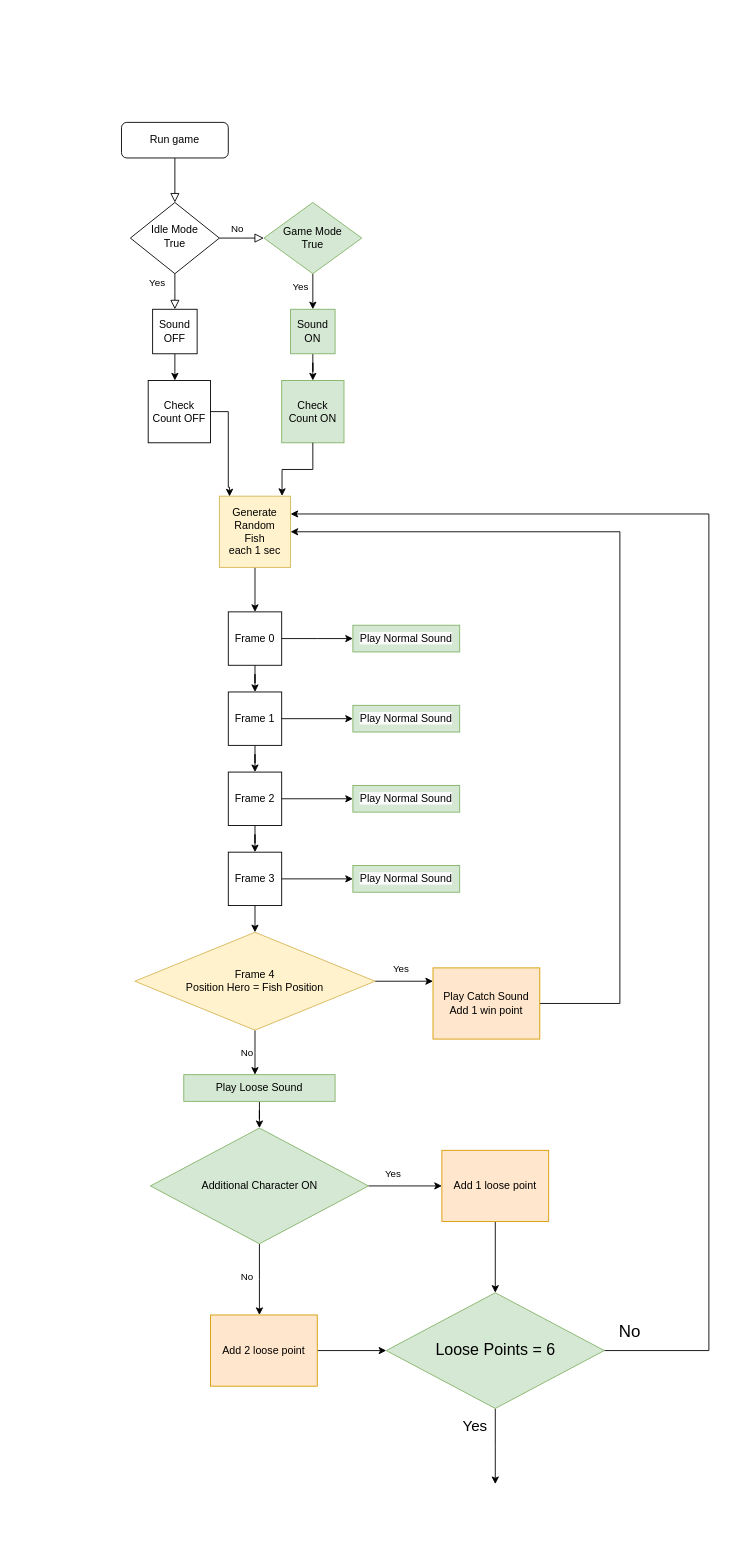
This is src/Диаграмма без названия.drawio from Ivanou-Dzmitry/gw2023_01, a draw.io file, before an edit. Source tidied: cells renumbered, new cells numbered last; positions are measured from the earlier drawing's top-left corner, leaving out a move shared by most shapes. Both pictures are drawn from the tidied source at 89%, with x=0, y=0 at pixel (121, 122).
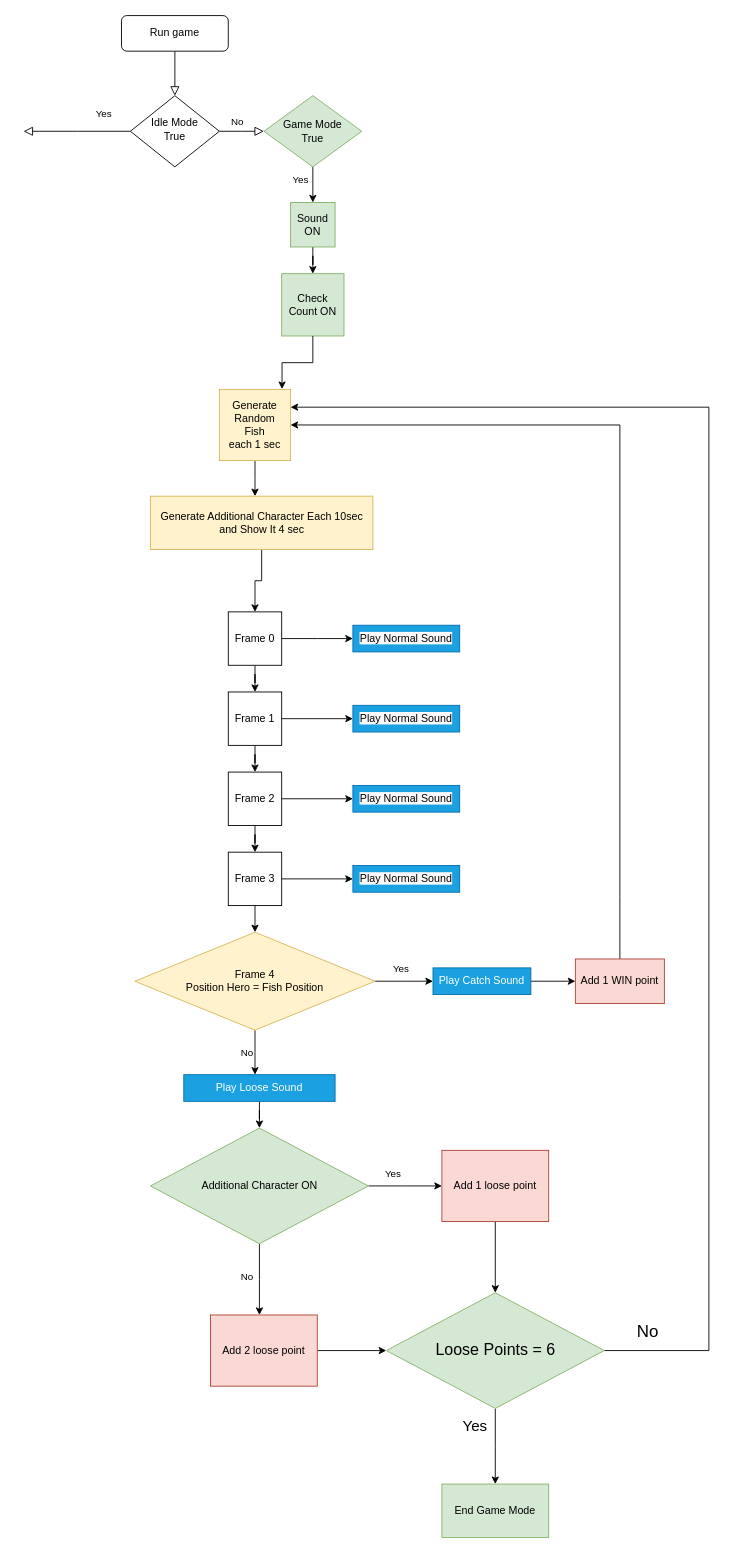
The same page after the edit.

Unchanged cells that the change refers to:
```xml
<mxCell id="22" value="Frame 0" style="whiteSpace=wrap;html=1;" parent="1" vertex="1">
  <mxGeometry x="120" y="550" width="60" height="60" as="geometry" />
</mxCell>
<mxCell id="58" value="Loose Points = 6" style="rhombus;whiteSpace=wrap;html=1;fillColor=#d5e8d4;strokeColor=#82b366;fontSize=18;" parent="1" vertex="1">
  <mxGeometry x="297.5" y="1315" width="245" height="130" as="geometry" />
</mxCell>
```

Diff of the diagram source:
```diff
@@
     <mxCell id="3" value="Run game" style="rounded=1;whiteSpace=wrap;html=1;fontSize=12;glass=0;strokeWidth=1;shadow=0;" parent="1" vertex="1">
-      <mxGeometry width="120" height="40" as="geometry" />
+      <mxGeometry y="-120" width="120" height="40" as="geometry" />
     </mxCell>
-    <mxCell id="4" value="Yes" style="rounded=0;html=1;jettySize=auto;fontSize=11;endArrow=block;endFill=0;endSize=8;strokeWidth=1;shadow=0;labelBackgroundColor=none;edgeStyle=orthogonalEdgeStyle;" parent="1" edge="1" source="6">
+    <mxCell id="4" value="Yes" style="rounded=0;html=1;jettySize=auto;fontSize=11;endArrow=block;endFill=0;endSize=8;strokeWidth=1;shadow=0;labelBackgroundColor=none;edgeStyle=orthogonalEdgeStyle;exitX=0;exitY=0.5;exitDx=0;exitDy=0;" parent="1" edge="1" source="6">
       <mxGeometry x="-0.51" y="-20" relative="1" as="geometry">
-        <mxPoint x="60" y="210" as="targetPoint" />
+        <mxPoint x="-110" y="10" as="targetPoint" />
       </mxGeometry>
     </mxCell>
     <mxCell id="5" value="No" style="edgeStyle=orthogonalEdgeStyle;rounded=0;html=1;jettySize=auto;fontSize=11;endArrow=block;endFill=0;endSize=8;strokeWidth=1;shadow=0;labelBackgroundColor=none;" parent="1" edge="1" source="6">
       <mxGeometry x="-0.21" y="10" relative="1" as="geometry">
-        <mxPoint x="160" y="130" as="targetPoint" />
+        <mxPoint x="160" y="10" as="targetPoint" />
       </mxGeometry>
     </mxCell>
     <mxCell id="6" value="Idle Mode&lt;br&gt;True" style="rhombus;whiteSpace=wrap;html=1;shadow=0;fontFamily=Helvetica;fontSize=12;align=center;strokeWidth=1;spacing=6;spacingTop=-4;" parent="1" vertex="1">
-      <mxGeometry x="10" y="90" width="100" height="80" as="geometry" />
+      <mxGeometry x="10" y="-30" width="100" height="80" as="geometry" />
     </mxCell>
@@
     <mxCell id="9" value="Game Mode&lt;br&gt;True" style="rhombus;whiteSpace=wrap;html=1;fillColor=#d5e8d4;strokeColor=#82b366;" parent="1" vertex="1">
-      <mxGeometry x="160" y="90" width="110" height="80" as="geometry" />
+      <mxGeometry x="160" y="-30" width="110" height="80" as="geometry" />
     </mxCell>
-    <mxCell id="10" style="edgeStyle=orthogonalEdgeStyle;rounded=0;jettySize=auto;html=1;entryX=0.5;entryY=0;entryDx=0;entryDy=0;" parent="1" edge="1" source="11" target="22">
-      <mxGeometry relative="1" as="geometry" />
+    <mxCell id="10" style="edgeStyle=orthogonalEdgeStyle;rounded=0;jettySize=auto;html=1;entryX=0.5;entryY=0;entryDx=0;entryDy=0;" parent="1" edge="1" source="11">
+      <mxGeometry relative="1" as="geometry">
+        <mxPoint x="150" y="420" as="targetPoint" />
+      </mxGeometry>
     </mxCell>
     <mxCell id="11" value="Generate&lt;br&gt;Random&lt;br&gt;Fish&lt;br&gt;each 1 sec" style="whiteSpace=wrap;html=1;fillColor=#fff2cc;strokeColor=#d6b656;" parent="1" vertex="1">
-      <mxGeometry x="110" y="420" width="80" height="80" as="geometry" />
+      <mxGeometry x="110" y="300" width="80" height="80" as="geometry" />
     </mxCell>
-    <mxCell id="12" style="edgeStyle=orthogonalEdgeStyle;rounded=0;jettySize=auto;html=1;" parent="1" edge="1" source="13">
-      <mxGeometry relative="1" as="geometry">
-        <mxPoint x="60" y="290" as="targetPoint" />
-      </mxGeometry>
-    </mxCell>
-    <mxCell id="13" value="Sound&lt;br&gt;OFF" style="whiteSpace=wrap;html=1;" parent="1" vertex="1">
-      <mxGeometry x="35" y="210" width="50" height="50" as="geometry" />
-    </mxCell>
@@
     <mxCell id="15" value="Sound&lt;br&gt;ON" style="whiteSpace=wrap;html=1;fillColor=#d5e8d4;strokeColor=#82b366;" parent="1" vertex="1">
-      <mxGeometry x="190" y="210" width="50" height="50" as="geometry" />
+      <mxGeometry x="190" y="90" width="50" height="50" as="geometry" />
     </mxCell>
-    <mxCell id="16" value="Check&lt;br&gt;Count OFF" style="whiteSpace=wrap;html=1;" parent="1" vertex="1">
-      <mxGeometry x="30" y="290" width="70" height="70" as="geometry" />
-    </mxCell>
     <mxCell id="17" value="Check&lt;br&gt;Count ON" style="whiteSpace=wrap;html=1;fillColor=#d5e8d4;strokeColor=#82b366;" parent="1" vertex="1">
-      <mxGeometry x="180" y="290" width="70" height="70" as="geometry" />
+      <mxGeometry x="180" y="170" width="70" height="70" as="geometry" />
     </mxCell>
-    <mxCell id="18" style="edgeStyle=orthogonalEdgeStyle;rounded=0;jettySize=auto;html=1;entryX=0.143;entryY=0.003;entryDx=0;entryDy=0;entryPerimeter=0;" parent="1" edge="1" source="16" target="11">
-      <mxGeometry relative="1" as="geometry">
-        <Array as="points">
-          <mxPoint x="120" y="325" />
-          <mxPoint x="120" y="410" />
-          <mxPoint x="121" y="410" />
-        </Array>
-      </mxGeometry>
-    </mxCell>
@@
-    <mxCell id="34" value="&lt;span style=&quot;color: rgb(0, 0, 0); font-family: Helvetica; font-size: 12px; font-style: normal; font-variant-ligatures: normal; font-variant-caps: normal; font-weight: 400; letter-spacing: normal; orphans: 2; text-align: center; text-indent: 0px; text-transform: none; widows: 2; word-spacing: 0px; -webkit-text-stroke-width: 0px; background-color: rgb(251, 251, 251); text-decoration-thickness: initial; text-decoration-style: initial; text-decoration-color: initial; float: none; display: inline !important;&quot;&gt;Play Normal&amp;nbsp;&lt;/span&gt;&lt;span style=&quot;color: rgb(0, 0, 0); font-family: Helvetica; font-size: 12px; font-style: normal; font-variant-ligatures: normal; font-variant-caps: normal; font-weight: 400; letter-spacing: normal; orphans: 2; text-align: center; text-indent: 0px; text-transform: none; widows: 2; word-spacing: 0px; -webkit-text-stroke-width: 0px; background-color: rgb(251, 251, 251); text-decoration-thickness: initial; text-decoration-style: initial; text-decoration-color: initial; float: none; display: inline !important;&quot;&gt;Sound&lt;/span&gt;" style="rounded=0;whiteSpace=wrap;html=1;fillColor=#d5e8d4;strokeColor=#82b366;" parent="1" vertex="1">
+    <mxCell id="34" value="&lt;span style=&quot;color: rgb(0, 0, 0); font-family: Helvetica; font-size: 12px; font-style: normal; font-variant-ligatures: normal; font-variant-caps: normal; font-weight: 400; letter-spacing: normal; orphans: 2; text-align: center; text-indent: 0px; text-transform: none; widows: 2; word-spacing: 0px; -webkit-text-stroke-width: 0px; background-color: rgb(251, 251, 251); text-decoration-thickness: initial; text-decoration-style: initial; text-decoration-color: initial; float: none; display: inline !important;&quot;&gt;Play Normal&amp;nbsp;&lt;/span&gt;&lt;span style=&quot;color: rgb(0, 0, 0); font-family: Helvetica; font-size: 12px; font-style: normal; font-variant-ligatures: normal; font-variant-caps: normal; font-weight: 400; letter-spacing: normal; orphans: 2; text-align: center; text-indent: 0px; text-transform: none; widows: 2; word-spacing: 0px; -webkit-text-stroke-width: 0px; background-color: rgb(251, 251, 251); text-decoration-thickness: initial; text-decoration-style: initial; text-decoration-color: initial; float: none; display: inline !important;&quot;&gt;Sound&lt;/span&gt;" style="rounded=0;whiteSpace=wrap;html=1;fillColor=#1ba1e2;strokeColor=#006EAF;fontColor=#ffffff;" parent="1" vertex="1">
       <mxGeometry x="260" y="565" width="120" height="30" as="geometry" />
     </mxCell>
@@
-    <mxCell id="36" value="&lt;span style=&quot;color: rgb(0, 0, 0); font-family: Helvetica; font-size: 12px; font-style: normal; font-variant-ligatures: normal; font-variant-caps: normal; font-weight: 400; letter-spacing: normal; orphans: 2; text-align: center; text-indent: 0px; text-transform: none; widows: 2; word-spacing: 0px; -webkit-text-stroke-width: 0px; background-color: rgb(251, 251, 251); text-decoration-thickness: initial; text-decoration-style: initial; text-decoration-color: initial; float: none; display: inline !important;&quot;&gt;Play Normal&amp;nbsp;&lt;/span&gt;&lt;span style=&quot;color: rgb(0, 0, 0); font-family: Helvetica; font-size: 12px; font-style: normal; font-variant-ligatures: normal; font-variant-caps: normal; font-weight: 400; letter-spacing: normal; orphans: 2; text-align: center; text-indent: 0px; text-transform: none; widows: 2; word-spacing: 0px; -webkit-text-stroke-width: 0px; background-color: rgb(251, 251, 251); text-decoration-thickness: initial; text-decoration-style: initial; text-decoration-color: initial; float: none; display: inline !important;&quot;&gt;Sound&lt;/span&gt;" style="rounded=0;whiteSpace=wrap;html=1;fillColor=#D5E8D4;strokeColor=#82b366;" parent="1" vertex="1">
+    <mxCell id="36" value="&lt;span style=&quot;color: rgb(0, 0, 0); font-family: Helvetica; font-size: 12px; font-style: normal; font-variant-ligatures: normal; font-variant-caps: normal; font-weight: 400; letter-spacing: normal; orphans: 2; text-align: center; text-indent: 0px; text-transform: none; widows: 2; word-spacing: 0px; -webkit-text-stroke-width: 0px; background-color: rgb(251, 251, 251); text-decoration-thickness: initial; text-decoration-style: initial; text-decoration-color: initial; float: none; display: inline !important;&quot;&gt;Play Normal&amp;nbsp;&lt;/span&gt;&lt;span style=&quot;color: rgb(0, 0, 0); font-family: Helvetica; font-size: 12px; font-style: normal; font-variant-ligatures: normal; font-variant-caps: normal; font-weight: 400; letter-spacing: normal; orphans: 2; text-align: center; text-indent: 0px; text-transform: none; widows: 2; word-spacing: 0px; -webkit-text-stroke-width: 0px; background-color: rgb(251, 251, 251); text-decoration-thickness: initial; text-decoration-style: initial; text-decoration-color: initial; float: none; display: inline !important;&quot;&gt;Sound&lt;/span&gt;" style="rounded=0;whiteSpace=wrap;html=1;fillColor=#1ba1e2;strokeColor=#006EAF;fontColor=#ffffff;" parent="1" vertex="1">
       <mxGeometry x="260" y="655" width="120" height="30" as="geometry" />
     </mxCell>
@@
-    <mxCell id="38" value="&lt;span style=&quot;color: rgb(0, 0, 0); font-family: Helvetica; font-size: 12px; font-style: normal; font-variant-ligatures: normal; font-variant-caps: normal; font-weight: 400; letter-spacing: normal; orphans: 2; text-align: center; text-indent: 0px; text-transform: none; widows: 2; word-spacing: 0px; -webkit-text-stroke-width: 0px; background-color: rgb(251, 251, 251); text-decoration-thickness: initial; text-decoration-style: initial; text-decoration-color: initial; float: none; display: inline !important;&quot;&gt;Play Normal&amp;nbsp;&lt;/span&gt;&lt;span style=&quot;color: rgb(0, 0, 0); font-family: Helvetica; font-size: 12px; font-style: normal; font-variant-ligatures: normal; font-variant-caps: normal; font-weight: 400; letter-spacing: normal; orphans: 2; text-align: center; text-indent: 0px; text-transform: none; widows: 2; word-spacing: 0px; -webkit-text-stroke-width: 0px; background-color: rgb(251, 251, 251); text-decoration-thickness: initial; text-decoration-style: initial; text-decoration-color: initial; float: none; display: inline !important;&quot;&gt;Sound&lt;/span&gt;" style="rounded=0;whiteSpace=wrap;html=1;fillColor=#d5e8d4;strokeColor=#82b366;" parent="1" vertex="1">
+    <mxCell id="38" value="&lt;span style=&quot;color: rgb(0, 0, 0); font-family: Helvetica; font-size: 12px; font-style: normal; font-variant-ligatures: normal; font-variant-caps: normal; font-weight: 400; letter-spacing: normal; orphans: 2; text-align: center; text-indent: 0px; text-transform: none; widows: 2; word-spacing: 0px; -webkit-text-stroke-width: 0px; background-color: rgb(251, 251, 251); text-decoration-thickness: initial; text-decoration-style: initial; text-decoration-color: initial; float: none; display: inline !important;&quot;&gt;Play Normal&amp;nbsp;&lt;/span&gt;&lt;span style=&quot;color: rgb(0, 0, 0); font-family: Helvetica; font-size: 12px; font-style: normal; font-variant-ligatures: normal; font-variant-caps: normal; font-weight: 400; letter-spacing: normal; orphans: 2; text-align: center; text-indent: 0px; text-transform: none; widows: 2; word-spacing: 0px; -webkit-text-stroke-width: 0px; background-color: rgb(251, 251, 251); text-decoration-thickness: initial; text-decoration-style: initial; text-decoration-color: initial; float: none; display: inline !important;&quot;&gt;Sound&lt;/span&gt;" style="rounded=0;whiteSpace=wrap;html=1;fillColor=#1ba1e2;strokeColor=#006EAF;fontColor=#ffffff;" parent="1" vertex="1">
       <mxGeometry x="260" y="745" width="120" height="30" as="geometry" />
     </mxCell>
@@
-    <mxCell id="40" value="&lt;span style=&quot;color: rgb(0, 0, 0); font-family: Helvetica; font-size: 12px; font-style: normal; font-variant-ligatures: normal; font-variant-caps: normal; font-weight: 400; letter-spacing: normal; orphans: 2; text-align: center; text-indent: 0px; text-transform: none; widows: 2; word-spacing: 0px; -webkit-text-stroke-width: 0px; background-color: rgb(251, 251, 251); text-decoration-thickness: initial; text-decoration-style: initial; text-decoration-color: initial; float: none; display: inline !important;&quot;&gt;Play Normal&amp;nbsp;&lt;/span&gt;&lt;span style=&quot;color: rgb(0, 0, 0); font-family: Helvetica; font-size: 12px; font-style: normal; font-variant-ligatures: normal; font-variant-caps: normal; font-weight: 400; letter-spacing: normal; orphans: 2; text-align: center; text-indent: 0px; text-transform: none; widows: 2; word-spacing: 0px; -webkit-text-stroke-width: 0px; background-color: rgb(251, 251, 251); text-decoration-thickness: initial; text-decoration-style: initial; text-decoration-color: initial; float: none; display: inline !important;&quot;&gt;Sound&lt;/span&gt;" style="rounded=0;whiteSpace=wrap;html=1;fillColor=#d5e8d4;strokeColor=#82b366;" parent="1" vertex="1">
+    <mxCell id="40" value="&lt;span style=&quot;color: rgb(0, 0, 0); font-family: Helvetica; font-size: 12px; font-style: normal; font-variant-ligatures: normal; font-variant-caps: normal; font-weight: 400; letter-spacing: normal; orphans: 2; text-align: center; text-indent: 0px; text-transform: none; widows: 2; word-spacing: 0px; -webkit-text-stroke-width: 0px; background-color: rgb(251, 251, 251); text-decoration-thickness: initial; text-decoration-style: initial; text-decoration-color: initial; float: none; display: inline !important;&quot;&gt;Play Normal&amp;nbsp;&lt;/span&gt;&lt;span style=&quot;color: rgb(0, 0, 0); font-family: Helvetica; font-size: 12px; font-style: normal; font-variant-ligatures: normal; font-variant-caps: normal; font-weight: 400; letter-spacing: normal; orphans: 2; text-align: center; text-indent: 0px; text-transform: none; widows: 2; word-spacing: 0px; -webkit-text-stroke-width: 0px; background-color: rgb(251, 251, 251); text-decoration-thickness: initial; text-decoration-style: initial; text-decoration-color: initial; float: none; display: inline !important;&quot;&gt;Sound&lt;/span&gt;" style="rounded=0;whiteSpace=wrap;html=1;fillColor=#1ba1e2;strokeColor=#006EAF;fontColor=#ffffff;" parent="1" vertex="1">
       <mxGeometry x="260" y="835" width="120" height="30" as="geometry" />
     </mxCell>
     <mxCell id="41" style="edgeStyle=orthogonalEdgeStyle;rounded=0;jettySize=auto;html=1;entryX=1;entryY=0.5;entryDx=0;entryDy=0;" parent="1" edge="1" source="42" target="11">
       <mxGeometry relative="1" as="geometry">
         <Array as="points">
-          <mxPoint x="560" y="990" />
-          <mxPoint x="560" y="460" />
+          <mxPoint x="560" y="870" />
+          <mxPoint x="560" y="340" />
         </Array>
       </mxGeometry>
     </mxCell>
-    <mxCell id="42" value="Play Catch Sound&lt;br&gt;Add 1 win point" style="rounded=0;whiteSpace=wrap;html=1;fillColor=#ffe6cc;strokeColor=#d79b00;" parent="1" vertex="1">
-      <mxGeometry x="350" y="950" width="120" height="80" as="geometry" />
+    <mxCell id="42" value="Add 1 WIN point" style="rounded=0;whiteSpace=wrap;html=1;fillColor=#fad9d5;strokeColor=#ae4132;" parent="1" vertex="1">
+      <mxGeometry x="510" y="940" width="100" height="50" as="geometry" />
     </mxCell>
@@
-    <mxCell id="44" value="Play Loose Sound" style="rounded=0;whiteSpace=wrap;html=1;fillColor=#d5e8d4;strokeColor=#82b366;" parent="1" vertex="1">
+    <mxCell id="44" value="Play Loose Sound" style="rounded=0;whiteSpace=wrap;html=1;fillColor=#1ba1e2;strokeColor=#006EAF;fontColor=#ffffff;" parent="1" vertex="1">
       <mxGeometry x="70" y="1070" width="170" height="30" as="geometry" />
     </mxCell>
@@
-    <mxCell id="51" value="Add 1 loose point" style="rounded=0;whiteSpace=wrap;html=1;fillColor=#ffe6cc;strokeColor=#d79b00;" parent="1" vertex="1">
+    <mxCell id="51" value="Add 1 loose point" style="rounded=0;whiteSpace=wrap;html=1;fillColor=#fad9d5;strokeColor=#ae4132;" parent="1" vertex="1">
       <mxGeometry x="360" y="1155" width="120" height="80" as="geometry" />
     </mxCell>
@@
-    <mxCell id="53" value="Add 2 loose point" style="rounded=0;whiteSpace=wrap;html=1;fillColor=#ffe6cc;strokeColor=#d79b00;" parent="1" vertex="1">
+    <mxCell id="53" value="Add 2 loose point" style="rounded=0;whiteSpace=wrap;html=1;fillColor=#fad9d5;strokeColor=#ae4132;" parent="1" vertex="1">
       <mxGeometry x="100" y="1340" width="120" height="80" as="geometry" />
     </mxCell>
-    <mxCell id="54" style="edgeStyle=orthogonalEdgeStyle;rounded=0;jettySize=auto;html=1;entryX=1;entryY=0.25;entryDx=0;entryDy=0;" parent="1" edge="1" source="58" target="11">
+    <mxCell id="54" style="edgeStyle=orthogonalEdgeStyle;rounded=0;jettySize=auto;html=1;entryX=1;entryY=0.25;entryDx=0;entryDy=0;exitX=1;exitY=0.5;exitDx=0;exitDy=0;" parent="1" edge="1" source="58" target="11">
       <mxGeometry relative="1" as="geometry">
         <Array as="points">
           <mxPoint x="660" y="1380" />
-          <mxPoint x="660" y="440" />
+          <mxPoint x="660" y="320" />
         </Array>
       </mxGeometry>
     </mxCell>
     <mxCell id="55" value="No" style="edgeLabel;html=1;align=center;verticalAlign=middle;fontSize=19;" parent="54" vertex="1">
       <mxGeometry x="0.01" y="-2" relative="1" as="geometry">
-        <mxPoint x="-92" y="632" as="offset" />
+        <mxPoint x="-72" y="693" as="offset" />
       </mxGeometry>
     </mxCell>
@@
+    <mxCell id="59" value="End Game Mode" style="rounded=0;whiteSpace=wrap;html=1;fillColor=#d5e8d4;strokeColor=#82b366;" parent="1" vertex="1">
+      <mxGeometry x="360" y="1530" width="120" height="60" as="geometry" />
+    </mxCell>
+    <mxCell id="60" style="edgeStyle=orthogonalEdgeStyle;rounded=0;jettySize=auto;html=1;entryX=0.5;entryY=0;entryDx=0;entryDy=0;" parent="1" edge="1" source="61" target="22">
+      <mxGeometry relative="1" as="geometry" />
+    </mxCell>
+    <mxCell id="61" value="Generate Additional Character Each 10sec&lt;br&gt;and Show It 4 sec" style="rounded=0;whiteSpace=wrap;html=1;fillColor=#fff2cc;strokeColor=#d6b656;" parent="1" vertex="1">
+      <mxGeometry x="32.5" y="420" width="250" height="60" as="geometry" />
+    </mxCell>
+    <mxCell id="62" style="edgeStyle=orthogonalEdgeStyle;rounded=0;jettySize=auto;html=1;entryX=0;entryY=0.5;entryDx=0;entryDy=0;" parent="1" edge="1" source="63" target="42">
+      <mxGeometry relative="1" as="geometry" />
+    </mxCell>
+    <mxCell id="63" value="Play Catch Sound" style="rounded=0;whiteSpace=wrap;html=1;fillColor=#1ba1e2;strokeColor=#006EAF;fontColor=#ffffff;" parent="1" vertex="1">
+      <mxGeometry x="350" y="950" width="110" height="30" as="geometry" />
+    </mxCell>
```
